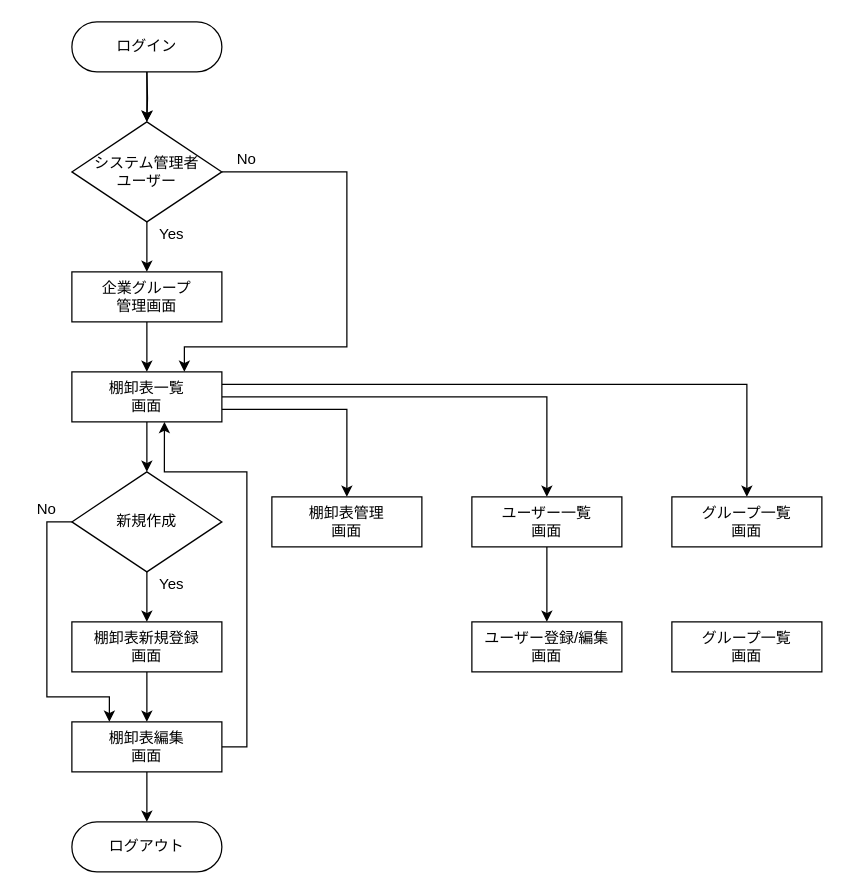
Above: 名称未設定ファイル.drawio in yokokawa2625/test_bpm2 (draw.io), before the change. Source tidied: cells renumbered, new cells numbered last; positions are measured from the earlier drawing's top-left corner, leaving out a move shared by most shapes. Both pictures are drawn from the tidied source at 125%, with x=0, y=0 at pixel (21, 21).
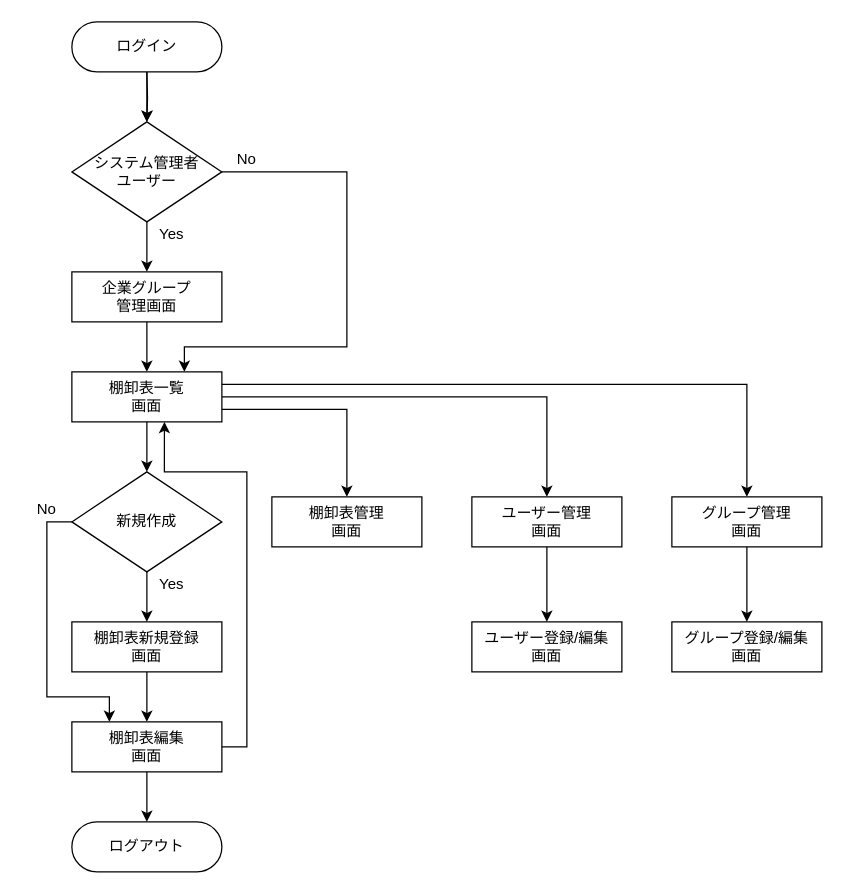
The same page after the edit.

Commit message:
名称未設定ファイル.drawio を更新します

The edit, as a diff of the source:
```diff
@@
-    <mxCell id="25" value="ユーザー一覧&lt;br&gt;画面" style="rounded=0;whiteSpace=wrap;html=1;" parent="1" vertex="1">
+    <mxCell id="25" value="ユーザー管理&lt;br&gt;画面" style="rounded=0;whiteSpace=wrap;html=1;" parent="1" vertex="1">
       <mxGeometry x="360" y="380" width="120" height="40" as="geometry" />
     </mxCell>
@@
+    <mxCell id="35" style="edgeStyle=orthogonalEdgeStyle;rounded=0;jettySize=auto;html=1;" parent="1" edge="1" source="32" target="34">
+      <mxGeometry relative="1" as="geometry" />
+    </mxCell>
-    <mxCell id="32" value="グループ一覧&lt;br&gt;画面" style="rounded=0;whiteSpace=wrap;html=1;" parent="1" vertex="1">
+    <mxCell id="32" value="グループ管理&lt;br&gt;画面" style="rounded=0;whiteSpace=wrap;html=1;" parent="1" vertex="1">
       <mxGeometry x="520" y="380" width="120" height="40" as="geometry" />
     </mxCell>
@@
-    <mxCell id="34" value="グループ一覧&lt;br&gt;画面" style="rounded=0;whiteSpace=wrap;html=1;" parent="1" vertex="1">
+    <mxCell id="34" value="グループ登録/編集&lt;br&gt;画面" style="rounded=0;whiteSpace=wrap;html=1;" parent="1" vertex="1">
       <mxGeometry x="520" y="480" width="120" height="40" as="geometry" />
     </mxCell>
```
